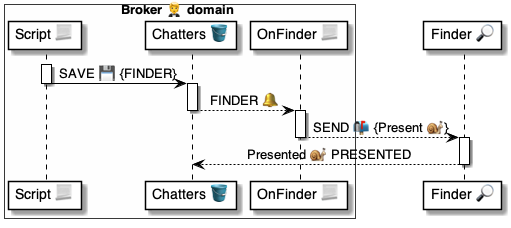
Before: 4 ⚙️ Solution/20 🧑‍🦰 UI/Brokers 🤵/🤵🪣 Broker tables/Chatters 👥 table/🪣🔔 1 Finder/🤵 OnChatterFinder ⚙️ uml.png, a diagram exported from PlantUML (pollyweb-org/pollyweb-docs). Its source is kept beside it as 4 ⚙️ Solution/20 🧑‍🦰 UI/Brokers 🤵/🤵🪣 Broker tables/Chatters 👥 table/🪣🔔 1 Finder/🤵 OnChatterFinder ⚙️ uml.puml.
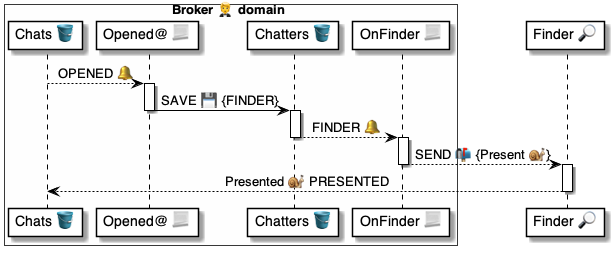
The same diagram one commit later.

What changed in the source:
```diff
@@ -1,7 +1,9 @@
 @startuml OnChatterFinder
 
+
 box Broker 🤵 domain #FFFFFA
-    participant "Script 📃" as script
+    participant "Chats 🪣" as chats
+    participant "Opened@ 📃" as script
     participant "Chatters 🪣" as table
     participant "OnFinder 📃" as handler
 end box
@@ -9,10 +11,11 @@
 participant "Finder 🔎" as finder
 
 
+chats --> script: OPENED 🔔
 
 activate script
     script -> table: SAVE 💾 {FINDER}
-deactivate  script
+deactivate script
 
 activate table
     table --> handler: FINDER 🔔
@@ -23,7 +26,7 @@
 deactivate handler
 
 activate finder
-    finder --> table : Presented 🐌 PRESENTED
+    finder --> chats : Presented 🐌 PRESENTED
 deactivate finder
 
 @enduml
```
